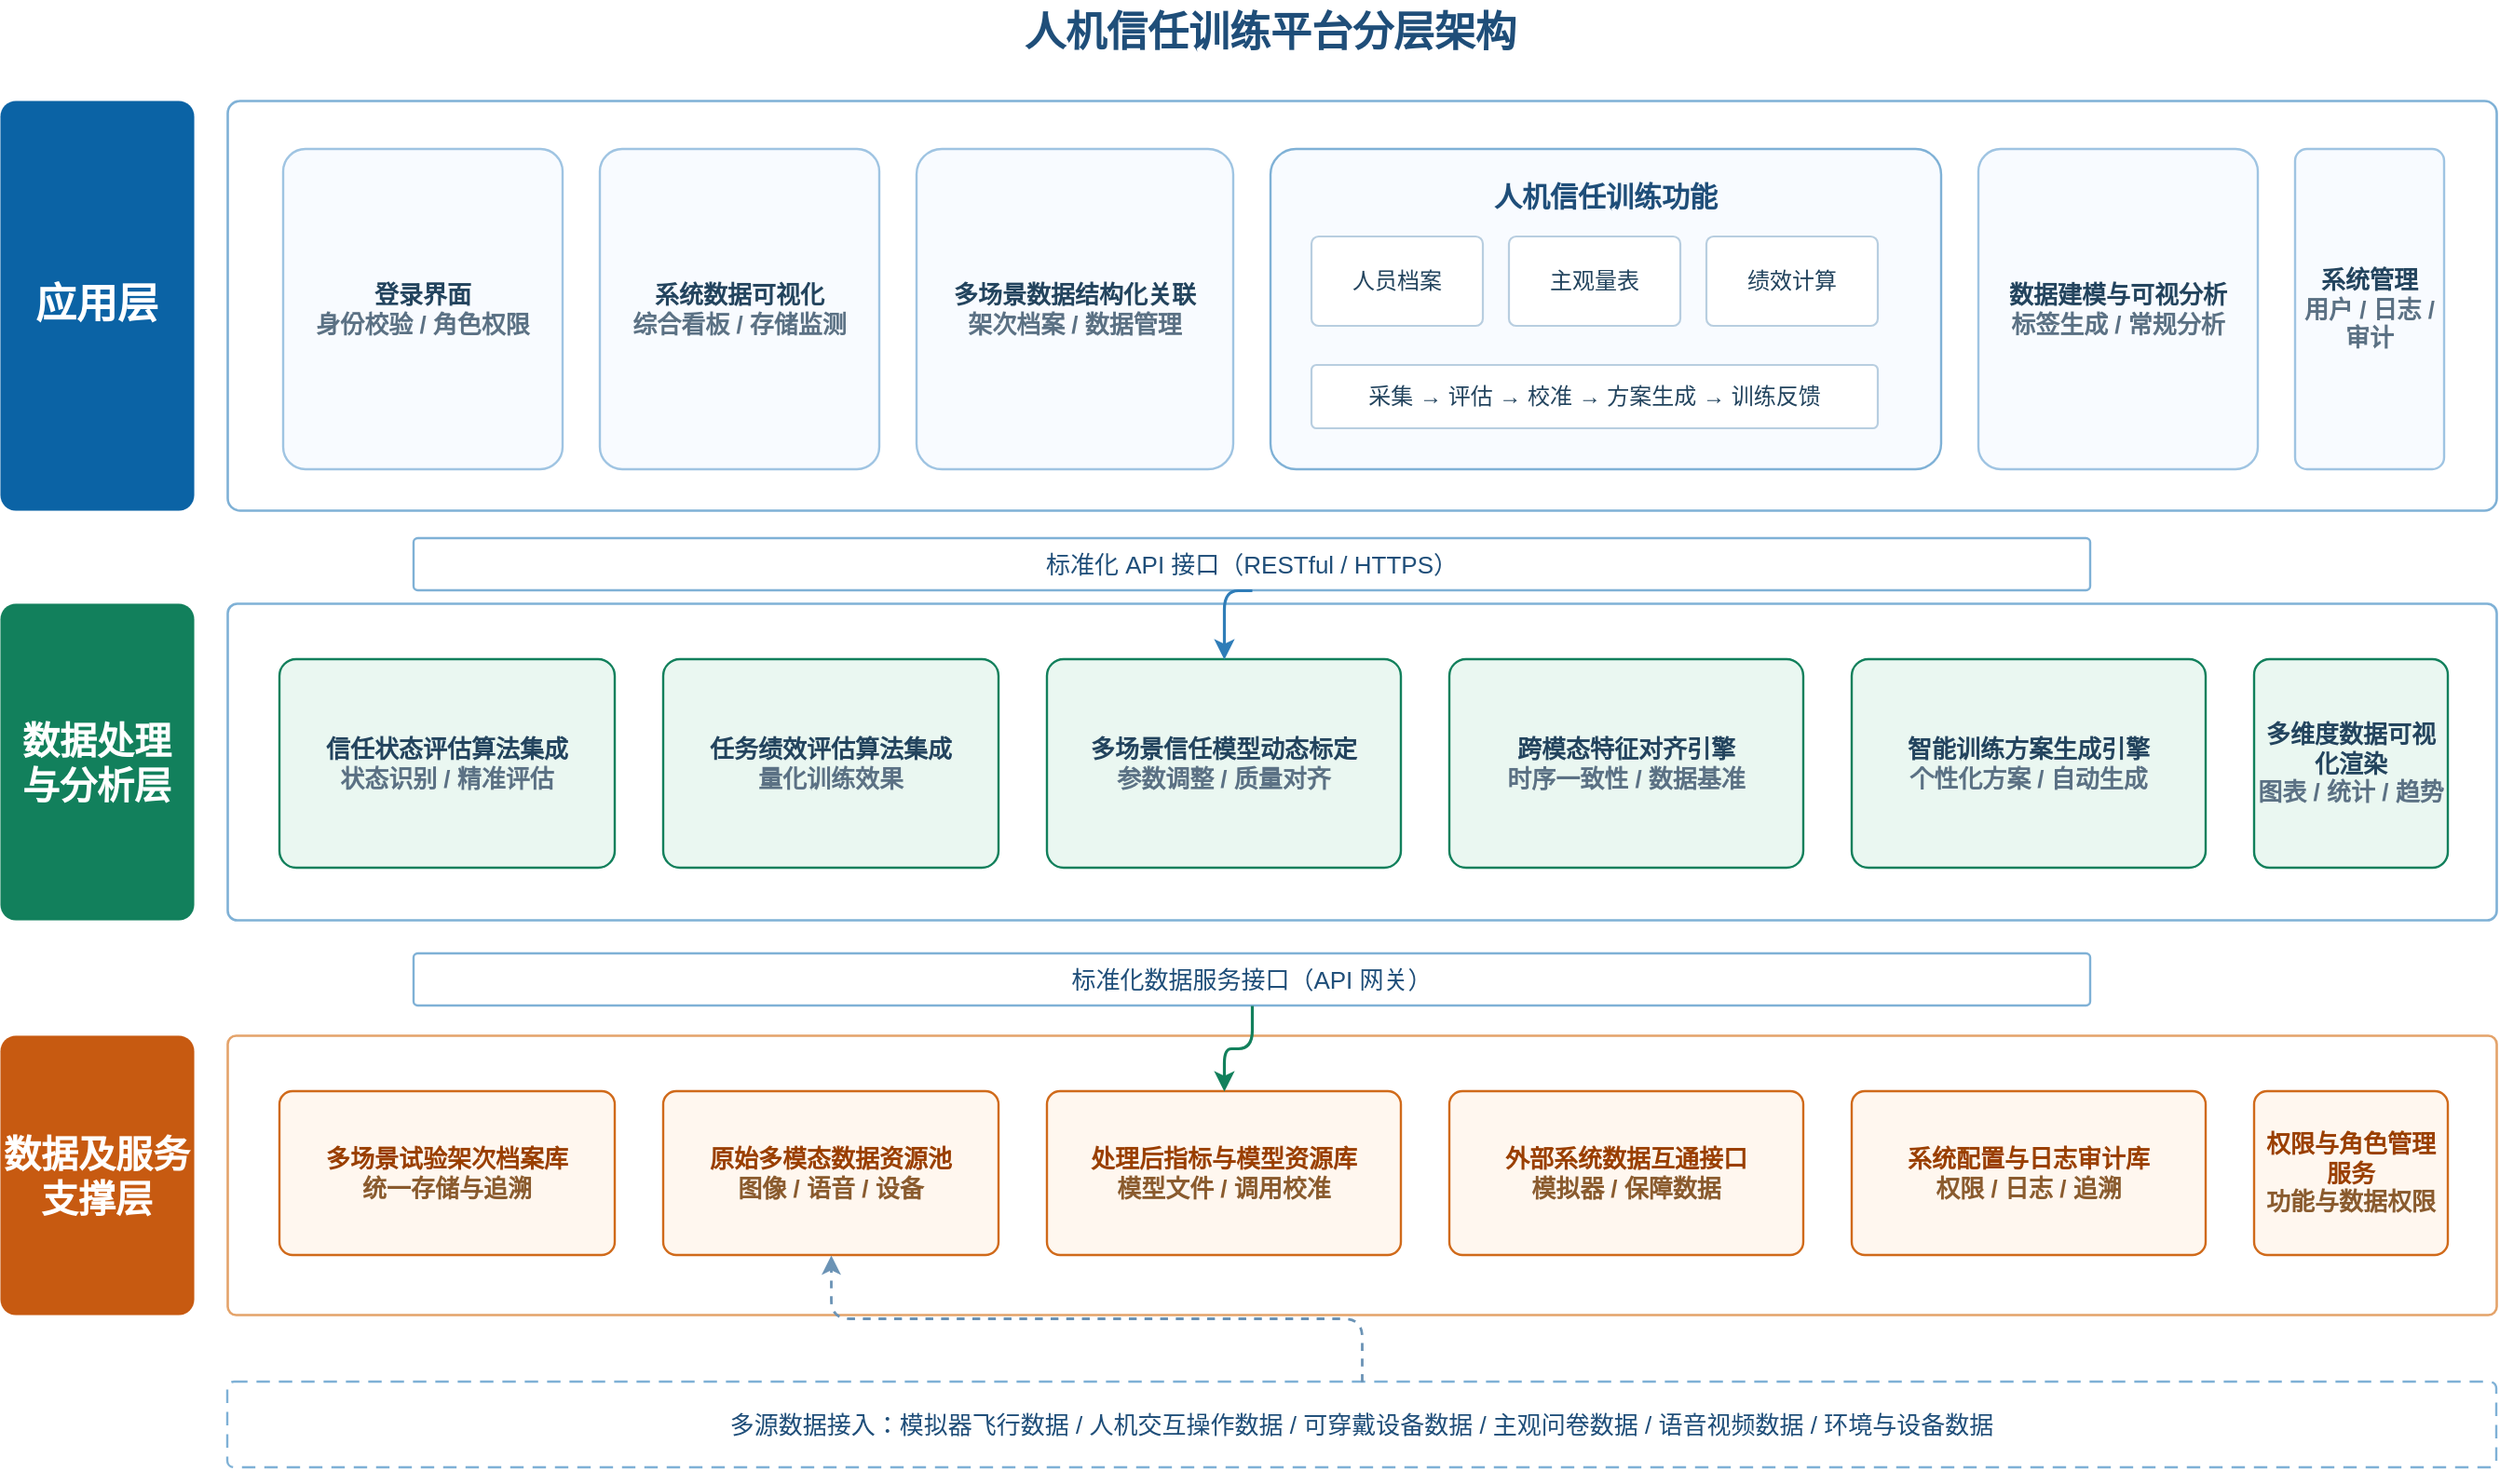
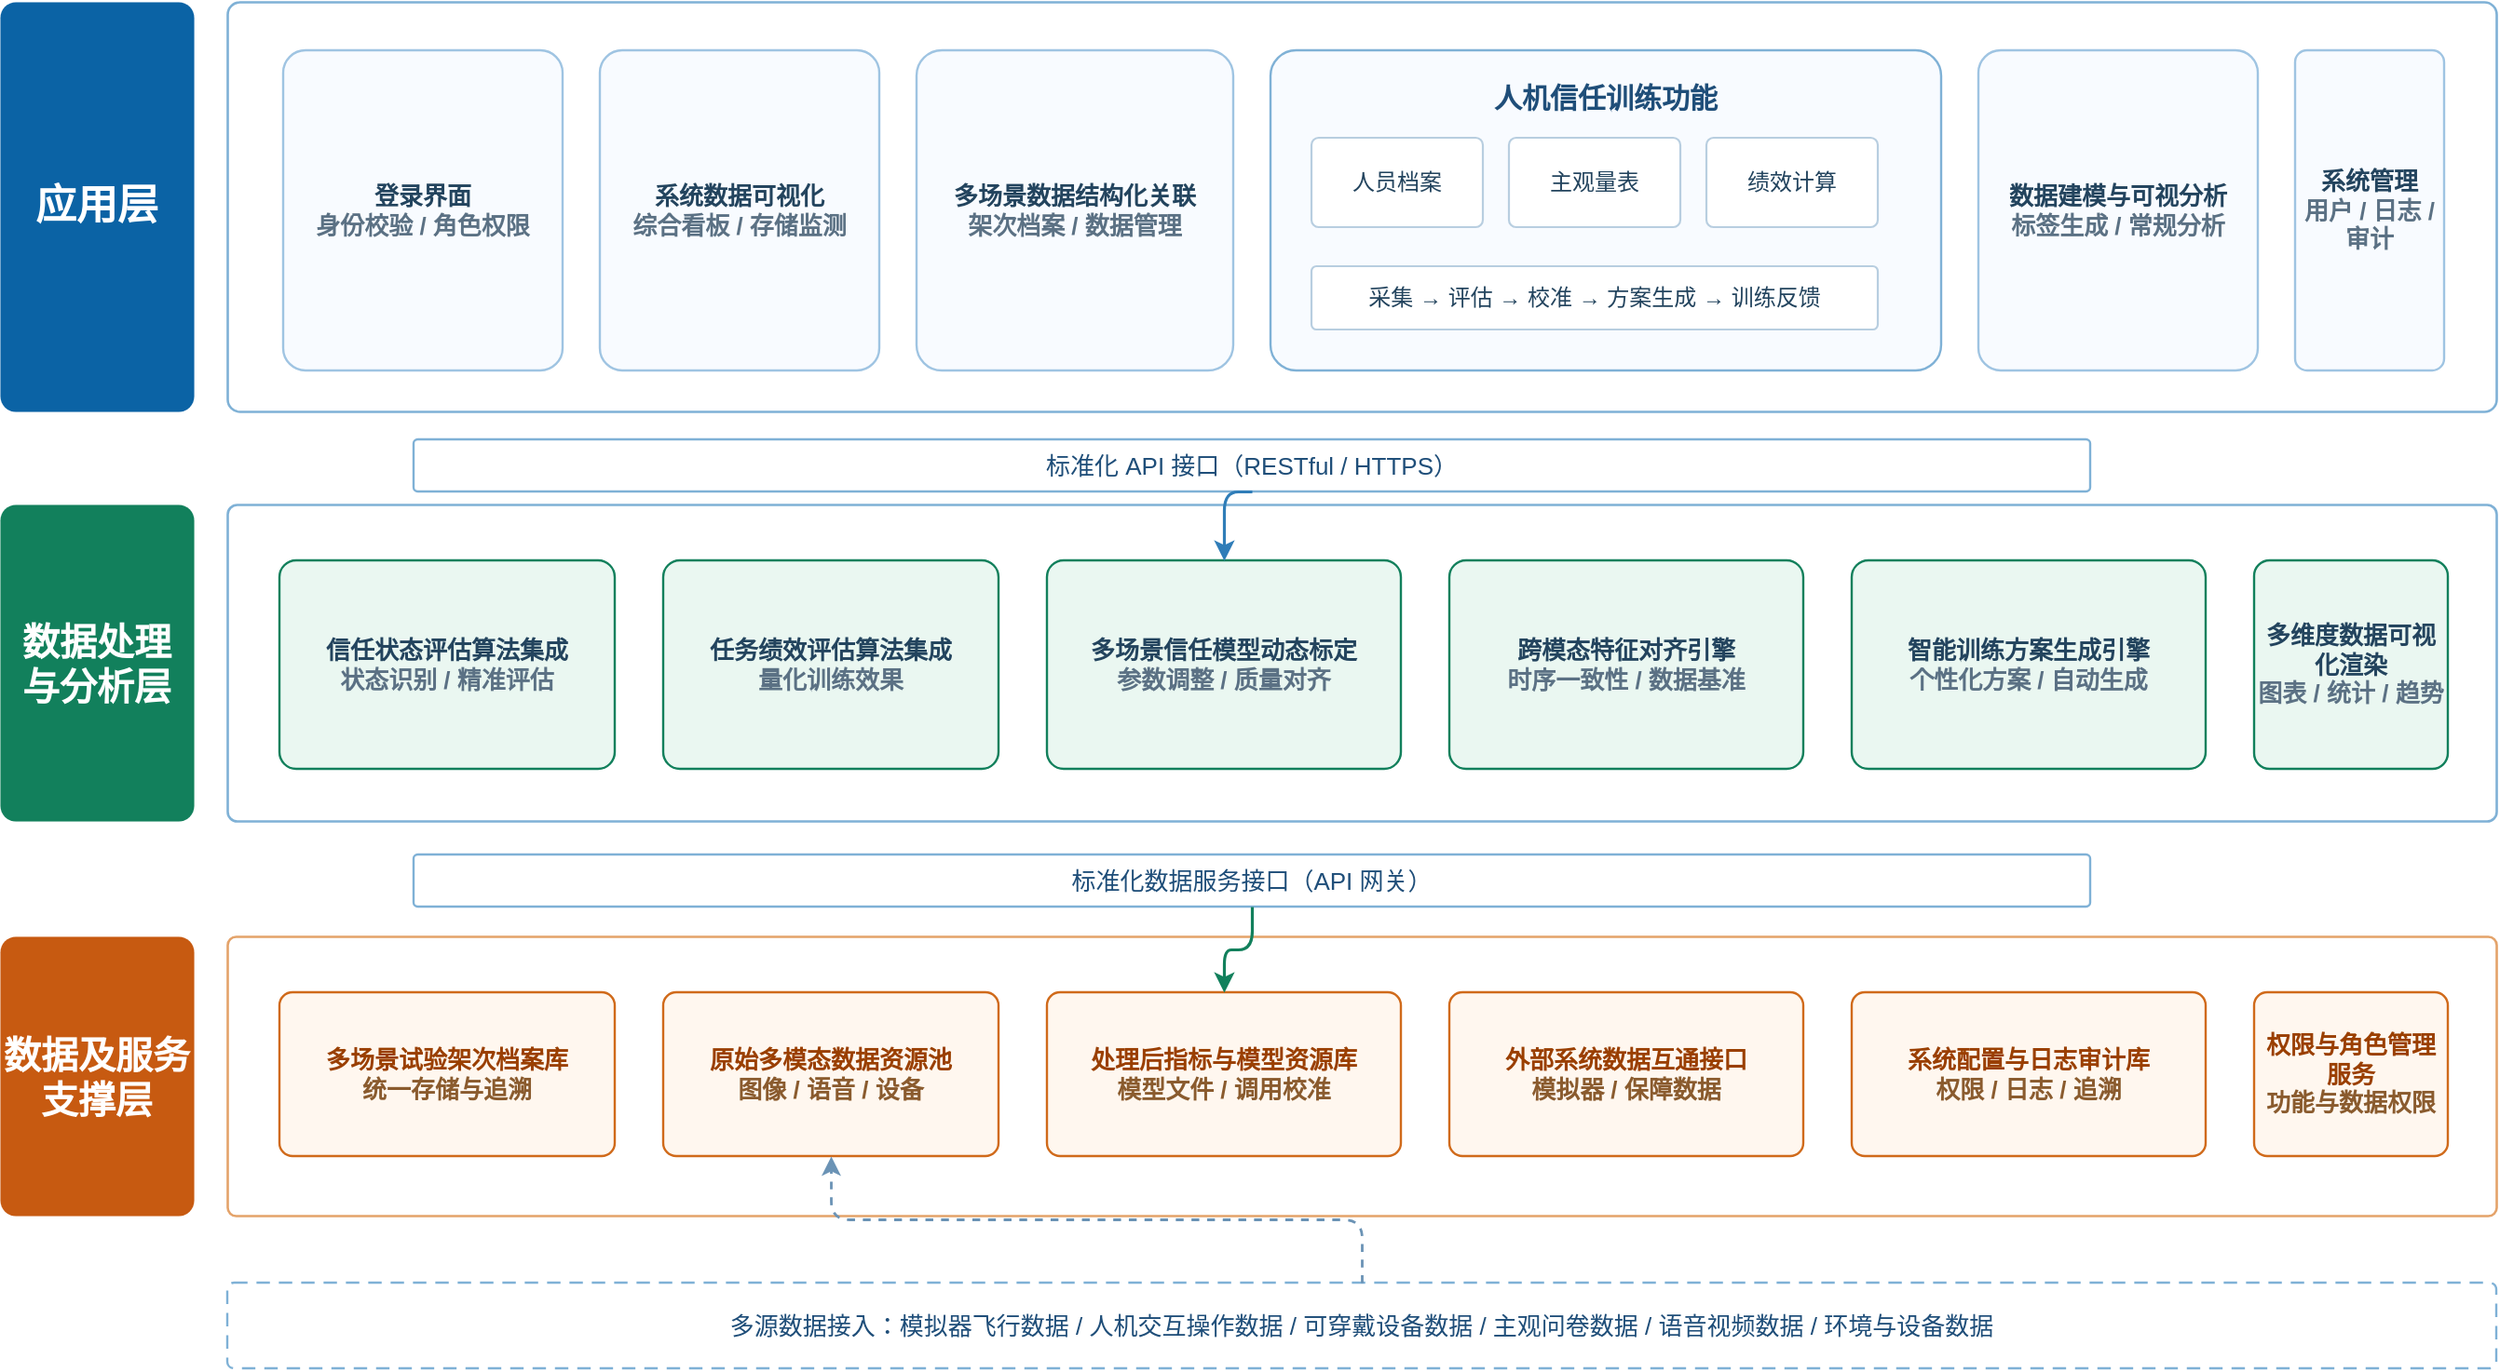
<mxfile host="app.diagrams.net">
  <diagram name="gpt-image-architecture-sample" id="gpt-image-architecture-sample">
    <mxGraphModel dx="1500" dy="950" grid="0" gridSize="10" guides="1" tooltips="1" connect="1" arrows="1" fold="1" page="1" pageScale="1" pageWidth="1420" pageHeight="860" math="0" shadow="0">
      <root>
        <mxCell id="0" />
        <mxCell id="1" parent="0" />
-         <mxCell id="title" value="人机信任训练平台分层架构" style="text;html=1;strokeColor=none;fillColor=none;fontSize=22;fontStyle=1;fontColor=#1F4E79;align=center;verticalAlign=middle;whiteSpace=wrap;rounded=0;" vertex="1" parent="1">
-           <mxGeometry x="470" y="18" width="480" height="36" as="geometry" />
-         </mxCell>
        <mxCell id="label_app" value="应用层" style="rounded=1;whiteSpace=wrap;html=1;arcSize=8;strokeWidth=0;fontSize=22;fontStyle=1;fontColor=#FFFFFF;align=center;verticalAlign=middle;shadow=0;fillColor=#0B63A5;strokeColor=#0B63A5;" vertex="1" parent="1">
          <mxGeometry x="28" y="72" width="104" height="220" as="geometry" />
        </mxCell>
        <mxCell id="label_data" value="数据处理&lt;br&gt;与分析层" style="rounded=1;whiteSpace=wrap;html=1;arcSize=8;strokeWidth=0;fontSize=20;fontStyle=1;fontColor=#FFFFFF;align=center;verticalAlign=middle;shadow=0;fillColor=#12805C;strokeColor=#12805C;" vertex="1" parent="1">
          <mxGeometry x="28" y="342" width="104" height="170" as="geometry" />
        </mxCell>
        <mxCell id="label_service" value="数据及服务&lt;br&gt;支撑层" style="rounded=1;whiteSpace=wrap;html=1;arcSize=8;strokeWidth=0;fontSize=20;fontStyle=1;fontColor=#FFFFFF;align=center;verticalAlign=middle;shadow=0;fillColor=#C75A11;strokeColor=#C75A11;" vertex="1" parent="1">
          <mxGeometry x="28" y="574" width="104" height="150" as="geometry" />
        </mxCell>
        <mxCell id="group_app" value="" style="rounded=1;whiteSpace=wrap;html=1;arcSize=3;strokeWidth=1.3;fillColor=#FFFFFF;strokeColor=#7FB1D6;shadow=0;" vertex="1" parent="1">
          <mxGeometry x="150" y="72" width="1218" height="220" as="geometry" />
        </mxCell>
        <mxCell id="group_data" value="" style="rounded=1;whiteSpace=wrap;html=1;arcSize=3;strokeWidth=1.3;fillColor=#FFFFFF;strokeColor=#7FB1D6;shadow=0;" vertex="1" parent="1">
          <mxGeometry x="150" y="342" width="1218" height="170" as="geometry" />
        </mxCell>
        <mxCell id="group_service" value="" style="rounded=1;whiteSpace=wrap;html=1;arcSize=3;strokeWidth=1.3;fillColor=#FFFFFF;strokeColor=#E4A36A;shadow=0;" vertex="1" parent="1">
          <mxGeometry x="150" y="574" width="1218" height="150" as="geometry" />
        </mxCell>
        <mxCell id="app_login" value="登录界面&lt;br&gt;&lt;font color=&quot;#5B7184&quot;&gt;身份校验 / 角色权限&lt;/font&gt;" style="rounded=1;whiteSpace=wrap;html=1;arcSize=8;strokeWidth=1.2;fontSize=13;fontStyle=1;fontColor=#23445E;fillColor=#F8FBFF;strokeColor=#9FC4E2;shadow=0;" vertex="1" parent="1">
          <mxGeometry x="180" y="98" width="150" height="172" as="geometry" />
        </mxCell>
        <mxCell id="app_visual" value="系统数据可视化&lt;br&gt;&lt;font color=&quot;#5B7184&quot;&gt;综合看板 / 存储监测&lt;/font&gt;" style="rounded=1;whiteSpace=wrap;html=1;arcSize=8;strokeWidth=1.2;fontSize=13;fontStyle=1;fontColor=#23445E;fillColor=#F8FBFF;strokeColor=#9FC4E2;shadow=0;" vertex="1" parent="1">
          <mxGeometry x="350" y="98" width="150" height="172" as="geometry" />
        </mxCell>
        <mxCell id="app_relation" value="多场景数据结构化关联&lt;br&gt;&lt;font color=&quot;#5B7184&quot;&gt;架次档案 / 数据管理&lt;/font&gt;" style="rounded=1;whiteSpace=wrap;html=1;arcSize=8;strokeWidth=1.2;fontSize=13;fontStyle=1;fontColor=#23445E;fillColor=#F8FBFF;strokeColor=#9FC4E2;shadow=0;" vertex="1" parent="1">
          <mxGeometry x="520" y="98" width="170" height="172" as="geometry" />
        </mxCell>
        <mxCell id="app_trust_group" value="人机信任训练功能" style="rounded=1;whiteSpace=wrap;html=1;arcSize=8;strokeWidth=1.2;fontSize=15;fontStyle=1;fontColor=#1F4E79;fillColor=#F8FBFF;strokeColor=#7FB1D6;shadow=0;verticalAlign=top;spacingTop=10;" vertex="1" parent="1">
          <mxGeometry x="710" y="98" width="360" height="172" as="geometry" />
        </mxCell>
        <mxCell id="trust_a" value="人员档案" style="rounded=1;whiteSpace=wrap;html=1;arcSize=8;strokeWidth=1.1;fontSize=12;fontColor=#23445E;fillColor=#FFFFFF;strokeColor=#B8CEE0;shadow=0;" vertex="1" parent="1">
          <mxGeometry x="732" y="145" width="92" height="48" as="geometry" />
        </mxCell>
        <mxCell id="trust_b" value="主观量表" style="rounded=1;whiteSpace=wrap;html=1;arcSize=8;strokeWidth=1.1;fontSize=12;fontColor=#23445E;fillColor=#FFFFFF;strokeColor=#B8CEE0;shadow=0;" vertex="1" parent="1">
          <mxGeometry x="838" y="145" width="92" height="48" as="geometry" />
        </mxCell>
        <mxCell id="trust_c" value="绩效计算" style="rounded=1;whiteSpace=wrap;html=1;arcSize=8;strokeWidth=1.1;fontSize=12;fontColor=#23445E;fillColor=#FFFFFF;strokeColor=#B8CEE0;shadow=0;" vertex="1" parent="1">
          <mxGeometry x="944" y="145" width="92" height="48" as="geometry" />
        </mxCell>
        <mxCell id="trust_flow" value="采集 → 评估 → 校准 → 方案生成 → 训练反馈" style="rounded=1;whiteSpace=wrap;html=1;arcSize=8;strokeWidth=1.1;fontSize=12;fontColor=#23445E;fillColor=#FFFFFF;strokeColor=#B8CEE0;shadow=0;" vertex="1" parent="1">
          <mxGeometry x="732" y="214" width="304" height="34" as="geometry" />
        </mxCell>
        <mxCell id="app_modeling" value="数据建模与可视分析&lt;br&gt;&lt;font color=&quot;#5B7184&quot;&gt;标签生成 / 常规分析&lt;/font&gt;" style="rounded=1;whiteSpace=wrap;html=1;arcSize=8;strokeWidth=1.2;fontSize=13;fontStyle=1;fontColor=#23445E;fillColor=#F8FBFF;strokeColor=#9FC4E2;shadow=0;" vertex="1" parent="1">
          <mxGeometry x="1090" y="98" width="150" height="172" as="geometry" />
        </mxCell>
        <mxCell id="app_admin" value="系统管理&lt;br&gt;&lt;font color=&quot;#5B7184&quot;&gt;用户 / 日志 / 审计&lt;/font&gt;" style="rounded=1;whiteSpace=wrap;html=1;arcSize=8;strokeWidth=1.2;fontSize=13;fontStyle=1;fontColor=#23445E;fillColor=#F8FBFF;strokeColor=#9FC4E2;shadow=0;" vertex="1" parent="1">
          <mxGeometry x="1260" y="98" width="80" height="172" as="geometry" />
        </mxCell>
        <mxCell id="api_app" value="标准化 API 接口（RESTful / HTTPS）" style="rounded=1;whiteSpace=wrap;html=1;arcSize=8;strokeWidth=1.2;fontSize=13;fontColor=#1F4E79;fillColor=#FFFFFF;strokeColor=#7FB1D6;shadow=0;" vertex="1" parent="1">
          <mxGeometry x="250" y="307" width="900" height="28" as="geometry" />
        </mxCell>
        <mxCell id="data_eval" value="信任状态评估算法集成&lt;br&gt;&lt;font color=&quot;#5B7184&quot;&gt;状态识别 / 精准评估&lt;/font&gt;" style="rounded=1;whiteSpace=wrap;html=1;arcSize=8;strokeWidth=1.2;fontSize=13;fontStyle=1;fontColor=#23445E;fillColor=#EAF7F1;strokeColor=#12805C;shadow=0;" vertex="1" parent="1">
          <mxGeometry x="178" y="372" width="180" height="112" as="geometry" />
        </mxCell>
        <mxCell id="data_perf" value="任务绩效评估算法集成&lt;br&gt;&lt;font color=&quot;#5B7184&quot;&gt;量化训练效果&lt;/font&gt;" style="rounded=1;whiteSpace=wrap;html=1;arcSize=8;strokeWidth=1.2;fontSize=13;fontStyle=1;fontColor=#23445E;fillColor=#EAF7F1;strokeColor=#12805C;shadow=0;" vertex="1" parent="1">
          <mxGeometry x="384" y="372" width="180" height="112" as="geometry" />
        </mxCell>
        <mxCell id="data_calibrate" value="多场景信任模型动态标定&lt;br&gt;&lt;font color=&quot;#5B7184&quot;&gt;参数调整 / 质量对齐&lt;/font&gt;" style="rounded=1;whiteSpace=wrap;html=1;arcSize=8;strokeWidth=1.2;fontSize=13;fontStyle=1;fontColor=#23445E;fillColor=#EAF7F1;strokeColor=#12805C;shadow=0;" vertex="1" parent="1">
          <mxGeometry x="590" y="372" width="190" height="112" as="geometry" />
        </mxCell>
        <mxCell id="data_align" value="跨模态特征对齐引擎&lt;br&gt;&lt;font color=&quot;#5B7184&quot;&gt;时序一致性 / 数据基准&lt;/font&gt;" style="rounded=1;whiteSpace=wrap;html=1;arcSize=8;strokeWidth=1.2;fontSize=13;fontStyle=1;fontColor=#23445E;fillColor=#EAF7F1;strokeColor=#12805C;shadow=0;" vertex="1" parent="1">
          <mxGeometry x="806" y="372" width="190" height="112" as="geometry" />
        </mxCell>
        <mxCell id="data_plan" value="智能训练方案生成引擎&lt;br&gt;&lt;font color=&quot;#5B7184&quot;&gt;个性化方案 / 自动生成&lt;/font&gt;" style="rounded=1;whiteSpace=wrap;html=1;arcSize=8;strokeWidth=1.2;fontSize=13;fontStyle=1;fontColor=#23445E;fillColor=#EAF7F1;strokeColor=#12805C;shadow=0;" vertex="1" parent="1">
          <mxGeometry x="1022" y="372" width="190" height="112" as="geometry" />
        </mxCell>
        <mxCell id="data_render" value="多维度数据可视化渲染&lt;br&gt;&lt;font color=&quot;#5B7184&quot;&gt;图表 / 统计 / 趋势&lt;/font&gt;" style="rounded=1;whiteSpace=wrap;html=1;arcSize=8;strokeWidth=1.2;fontSize=13;fontStyle=1;fontColor=#23445E;fillColor=#EAF7F1;strokeColor=#12805C;shadow=0;" vertex="1" parent="1">
          <mxGeometry x="1238" y="372" width="104" height="112" as="geometry" />
        </mxCell>
        <mxCell id="api_data" value="标准化数据服务接口（API 网关）" style="rounded=1;whiteSpace=wrap;html=1;arcSize=8;strokeWidth=1.2;fontSize=13;fontColor=#1F4E79;fillColor=#FFFFFF;strokeColor=#7FB1D6;shadow=0;" vertex="1" parent="1">
          <mxGeometry x="250" y="530" width="900" height="28" as="geometry" />
        </mxCell>
        <mxCell id="svc_archive" value="多场景试验架次档案库&lt;br&gt;&lt;font color=&quot;#8A5B2E&quot;&gt;统一存储与追溯&lt;/font&gt;" style="rounded=1;whiteSpace=wrap;html=1;arcSize=8;strokeWidth=1.2;fontSize=13;fontStyle=1;fontColor=#9A3F00;fillColor=#FFF7EF;strokeColor=#D06A1A;shadow=0;" vertex="1" parent="1">
          <mxGeometry x="178" y="604" width="180" height="88" as="geometry" />
        </mxCell>
        <mxCell id="svc_pool" value="原始多模态数据资源池&lt;br&gt;&lt;font color=&quot;#8A5B2E&quot;&gt;图像 / 语音 / 设备&lt;/font&gt;" style="rounded=1;whiteSpace=wrap;html=1;arcSize=8;strokeWidth=1.2;fontSize=13;fontStyle=1;fontColor=#9A3F00;fillColor=#FFF7EF;strokeColor=#D06A1A;shadow=0;" vertex="1" parent="1">
          <mxGeometry x="384" y="604" width="180" height="88" as="geometry" />
        </mxCell>
        <mxCell id="svc_model" value="处理后指标与模型资源库&lt;br&gt;&lt;font color=&quot;#8A5B2E&quot;&gt;模型文件 / 调用校准&lt;/font&gt;" style="rounded=1;whiteSpace=wrap;html=1;arcSize=8;strokeWidth=1.2;fontSize=13;fontStyle=1;fontColor=#9A3F00;fillColor=#FFF7EF;strokeColor=#D06A1A;shadow=0;" vertex="1" parent="1">
          <mxGeometry x="590" y="604" width="190" height="88" as="geometry" />
        </mxCell>
        <mxCell id="svc_external" value="外部系统数据互通接口&lt;br&gt;&lt;font color=&quot;#8A5B2E&quot;&gt;模拟器 / 保障数据&lt;/font&gt;" style="rounded=1;whiteSpace=wrap;html=1;arcSize=8;strokeWidth=1.2;fontSize=13;fontStyle=1;fontColor=#9A3F00;fillColor=#FFF7EF;strokeColor=#D06A1A;shadow=0;" vertex="1" parent="1">
          <mxGeometry x="806" y="604" width="190" height="88" as="geometry" />
        </mxCell>
        <mxCell id="svc_log" value="系统配置与日志审计库&lt;br&gt;&lt;font color=&quot;#8A5B2E&quot;&gt;权限 / 日志 / 追溯&lt;/font&gt;" style="rounded=1;whiteSpace=wrap;html=1;arcSize=8;strokeWidth=1.2;fontSize=13;fontStyle=1;fontColor=#9A3F00;fillColor=#FFF7EF;strokeColor=#D06A1A;shadow=0;" vertex="1" parent="1">
          <mxGeometry x="1022" y="604" width="190" height="88" as="geometry" />
        </mxCell>
        <mxCell id="svc_role" value="权限与角色管理服务&lt;br&gt;&lt;font color=&quot;#8A5B2E&quot;&gt;功能与数据权限&lt;/font&gt;" style="rounded=1;whiteSpace=wrap;html=1;arcSize=8;strokeWidth=1.2;fontSize=13;fontStyle=1;fontColor=#9A3F00;fillColor=#FFF7EF;strokeColor=#D06A1A;shadow=0;" vertex="1" parent="1">
          <mxGeometry x="1238" y="604" width="104" height="88" as="geometry" />
        </mxCell>
        <mxCell id="source_bar" value="多源数据接入：模拟器飞行数据 / 人机交互操作数据 / 可穿戴设备数据 / 主观问卷数据 / 语音视频数据 / 环境与设备数据" style="rounded=1;whiteSpace=wrap;html=1;arcSize=8;strokeWidth=1.2;dashed=1;dashPattern=6 4;fontSize=13;fontColor=#1F4E79;fillColor=#FFFFFF;strokeColor=#7FB1D6;shadow=0;" vertex="1" parent="1">
          <mxGeometry x="150" y="760" width="1218" height="46" as="geometry" />
        </mxCell>
        <mxCell id="edge_app_data" value="" style="edgeStyle=orthogonalEdgeStyle;rounded=1;orthogonalLoop=1;jettySize=auto;html=1;strokeWidth=1.6;endArrow=classic;endFill=1;strokeColor=#2F7DB8;exitX=0.5;exitY=1;entryX=0.5;entryY=0;" edge="1" parent="1" source="api_app" target="data_calibrate">
          <mxGeometry relative="1" as="geometry" />
        </mxCell>
        <mxCell id="edge_data_service" value="" style="edgeStyle=orthogonalEdgeStyle;rounded=1;orthogonalLoop=1;jettySize=auto;html=1;strokeWidth=1.6;endArrow=classic;endFill=1;strokeColor=#12805C;exitX=0.5;exitY=1;entryX=0.5;entryY=0;" edge="1" parent="1" source="api_data" target="svc_model">
          <mxGeometry relative="1" as="geometry" />
        </mxCell>
        <mxCell id="edge_source_service" value="" style="edgeStyle=orthogonalEdgeStyle;rounded=1;orthogonalLoop=1;jettySize=auto;html=1;strokeWidth=1.4;endArrow=classic;endFill=1;strokeColor=#6B93B5;dashed=1;exitX=0.5;exitY=0;entryX=0.5;entryY=1;" edge="1" parent="1" source="source_bar" target="svc_pool">
          <mxGeometry relative="1" as="geometry" />
        </mxCell>
      </root>
    </mxGraphModel>
  </diagram>
</mxfile>
